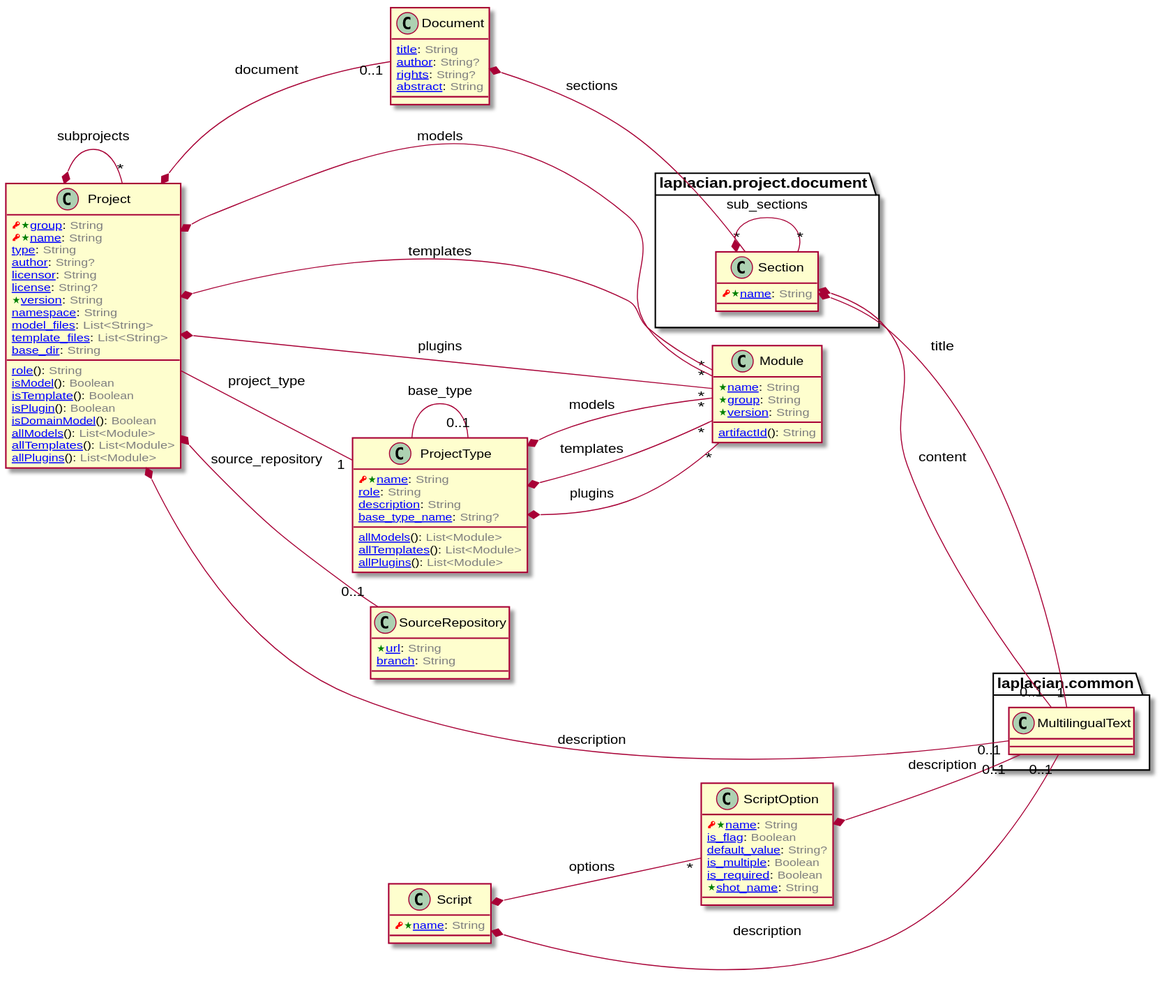
laplacian-core/project.domain-model keeps this PlantUML diagram as doc/image/model-diagram.svg. Above is the earlier version.
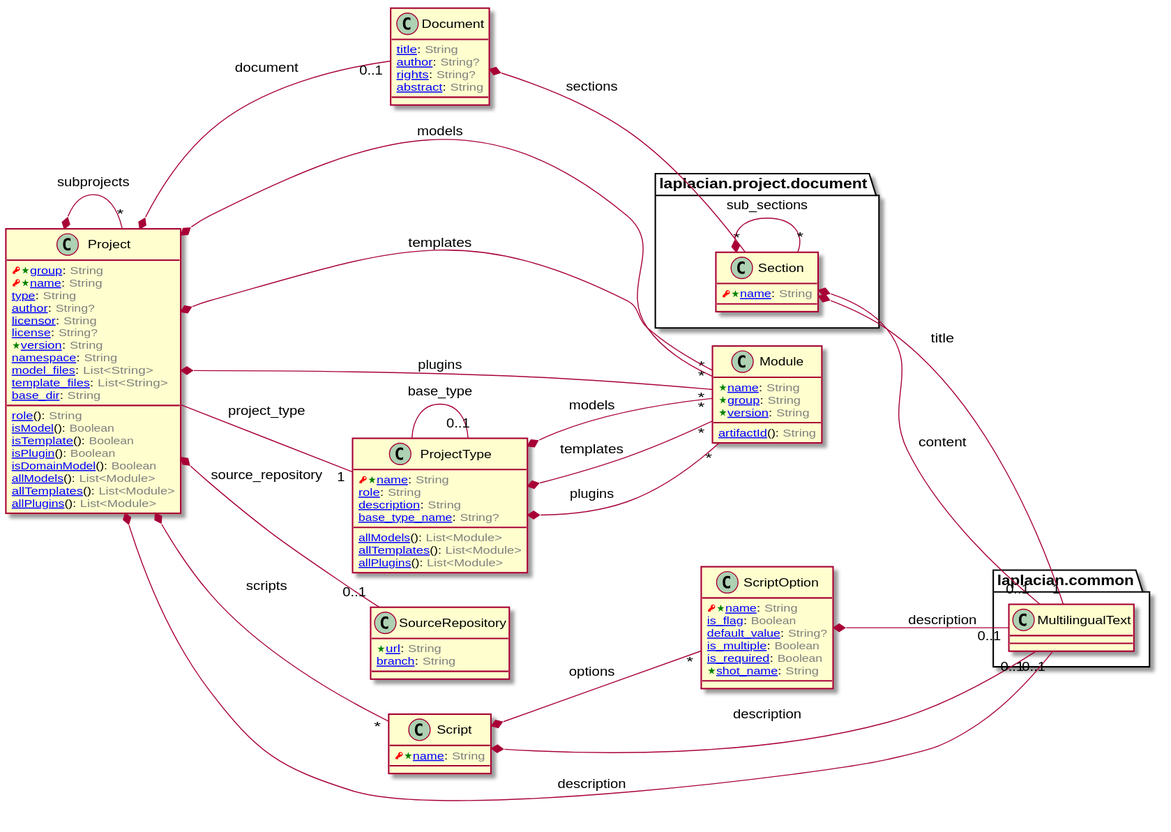
The same file after the commit.

Change to the diagram source:
```diff
@@ -139,6 +139,13 @@
 
 
 
+Project *-- "*" Script : scripts
+
+
+
+
+
+
 Project *-- "*" Module : models
 
 
```
